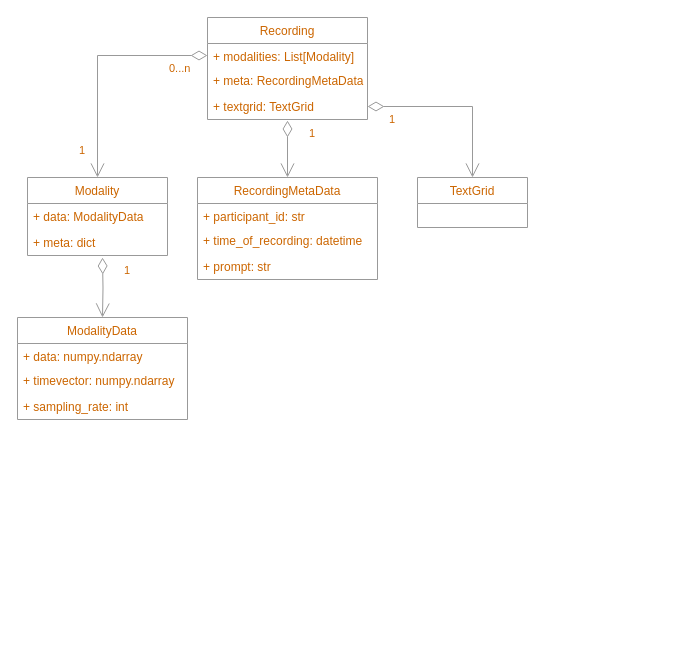
The draw.io diagram docs/core_data_structures.drawio in giuthas/satkit, before the edit. Source tidied: cells renumbered, new cells numbered last; positions are measured from the earlier drawing's top-left corner, leaving out a move shared by most shapes. Both pictures are drawn from the tidied source at 100%, with x=0, y=0 at pixel (17, 17).
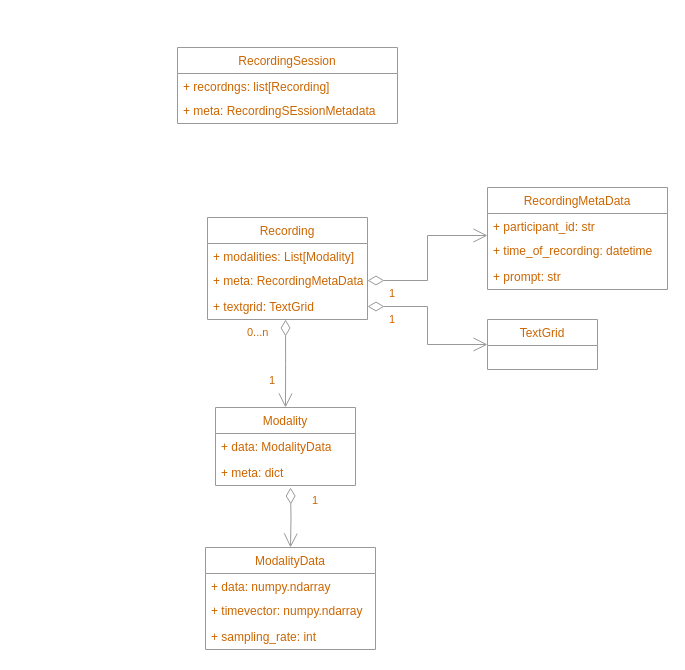
The same diagram, later.

Commit message (it also covers changes not shown here):
Updating the data structure description.

Unchanged cells that the change refers to:
```xml
<mxCell id="3" value="+ modalities: List[Modality]" style="text;strokeColor=none;fillColor=none;align=left;verticalAlign=top;spacingLeft=4;spacingRight=4;overflow=hidden;points=[[0,0.5],[1,0.5]];portConstraint=eastwest;labelBorderColor=none;fontColor=#CC6600;" parent="2" vertex="1">
  <mxGeometry y="26" width="160" height="24" as="geometry" />
</mxCell>
<mxCell id="4" value="+ meta: RecordingMetaData" style="text;strokeColor=none;fillColor=none;align=left;verticalAlign=top;spacingLeft=4;spacingRight=4;overflow=hidden;points=[[0,0.5],[1,0.5]];portConstraint=eastwest;labelBorderColor=none;fontColor=#CC6600;" parent="2" vertex="1">
  <mxGeometry y="50" width="160" height="26" as="geometry" />
</mxCell>
<mxCell id="5" value="+ textgrid: TextGrid" style="text;strokeColor=none;fillColor=none;align=left;verticalAlign=top;spacingLeft=4;spacingRight=4;overflow=hidden;points=[[0,0.5],[1,0.5]];portConstraint=eastwest;labelBorderColor=none;fontColor=#CC6600;snapToPoint=1;" parent="2" vertex="1">
  <mxGeometry y="76" width="160" height="26" as="geometry" />
</mxCell>
<mxCell id="15" value="+ time_of_recording: datetime" style="text;strokeColor=none;fillColor=none;align=left;verticalAlign=top;spacingLeft=4;spacingRight=4;overflow=hidden;points=[[0,0.5],[1,0.5]];portConstraint=eastwest;labelBorderColor=none;fontColor=#CC6600;" parent="13" vertex="1">
  <mxGeometry y="50" width="180" height="26" as="geometry" />
</mxCell>
```

Change to the diagram source:
```diff
@@
     <mxCell id="2" value="Recording" style="swimlane;fontStyle=0;horizontal=1;startSize=26;fillColor=none;labelBorderColor=none;fontColor=#CC6600;strokeColor=#999999;" parent="1" vertex="1">
-      <mxGeometry x="190" width="160" height="102" as="geometry" />
+      <mxGeometry x="190" y="200" width="160" height="102" as="geometry" />
     </mxCell>
@@
     <mxCell id="6" value="Modality" style="swimlane;fontStyle=0;horizontal=1;startSize=26;fillColor=none;labelBorderColor=none;strokeColor=#999999;fontColor=#CC6600;" parent="1" vertex="1">
-      <mxGeometry x="10" y="160" width="140" height="78" as="geometry" />
+      <mxGeometry x="198" y="390" width="140" height="78" as="geometry" />
     </mxCell>
@@
     <mxCell id="9" value="ModalityData" style="swimlane;fontStyle=0;horizontal=1;startSize=26;fillColor=none;labelBorderColor=none;strokeColor=#999999;fontColor=#CC6600;" parent="1" vertex="1">
-      <mxGeometry y="300" width="170" height="102" as="geometry" />
+      <mxGeometry x="188" y="530" width="170" height="102" as="geometry" />
     </mxCell>
@@
     <mxCell id="13" value="RecordingMetaData" style="swimlane;fontStyle=0;horizontal=1;startSize=26;fillColor=none;labelBorderColor=none;strokeColor=#999999;fontColor=#CC6600;" parent="1" vertex="1">
-      <mxGeometry x="180" y="160" width="180" height="102" as="geometry" />
+      <mxGeometry x="470" y="170" width="180" height="102" as="geometry" />
     </mxCell>
@@
     <mxCell id="17" value="TextGrid" style="swimlane;fontStyle=0;horizontal=1;startSize=26;fillColor=none;labelBorderColor=none;strokeColor=#999999;fontColor=#CC6600;" parent="1" vertex="1">
-      <mxGeometry x="400" y="160" width="110" height="50" as="geometry" />
+      <mxGeometry x="470" y="302" width="110" height="50" as="geometry" />
     </mxCell>
-    <mxCell id="18" style="endArrow=open;html=1;endSize=12;startArrow=diamondThin;startSize=14;startFill=0;edgeStyle=orthogonalEdgeStyle;rounded=0;fontColor=#CC6600;exitX=1;exitY=0.5;exitDx=0;exitDy=0;entryX=0.5;entryY=0;entryDx=0;entryDy=0;strokeColor=#999999;" parent="1" edge="1" source="5" target="17">
+    <mxCell id="18" style="endArrow=open;html=1;endSize=12;startArrow=diamondThin;startSize=14;startFill=0;edgeStyle=orthogonalEdgeStyle;rounded=0;fontColor=#CC6600;exitX=1;exitY=0.5;exitDx=0;exitDy=0;entryX=0;entryY=0.5;entryDx=0;entryDy=0;strokeColor=#999999;" parent="1" edge="1" source="5" target="17">
       <mxGeometry relative="1" as="geometry" />
     </mxCell>
@@
-    <mxCell id="20" style="endArrow=open;html=1;endSize=12;startArrow=diamondThin;startSize=14;startFill=0;edgeStyle=orthogonalEdgeStyle;rounded=0;fontColor=#CC6600;exitX=0;exitY=0.5;exitDx=0;exitDy=0;entryX=0.5;entryY=0;entryDx=0;entryDy=0;strokeColor=#999999;" parent="1" edge="1" source="3" target="6">
+    <mxCell id="20" style="endArrow=open;html=1;endSize=12;startArrow=diamondThin;startSize=14;startFill=0;edgeStyle=orthogonalEdgeStyle;rounded=0;fontColor=#CC6600;exitX=0.488;exitY=1;exitDx=0;exitDy=0;entryX=0.5;entryY=0;entryDx=0;entryDy=0;strokeColor=#999999;exitPerimeter=0;" parent="1" edge="1" source="5" target="6">
       <mxGeometry relative="1" as="geometry" />
     </mxCell>
@@
     <mxCell id="22" value="1" style="edgeLabel;html=1;align=left;verticalAlign=top;labelBorderColor=none;strokeColor=#999999;fontColor=#CC6600;fillColor=none;labelBackgroundColor=none;" parent="1" vertex="1">
-      <mxGeometry x="60" y="120" as="geometry" />
+      <mxGeometry x="250" y="350" as="geometry" />
     </mxCell>
     <mxCell id="23" style="endArrow=open;html=1;endSize=12;startArrow=diamondThin;startSize=14;startFill=0;edgeStyle=orthogonalEdgeStyle;rounded=0;fontColor=#CC6600;entryX=0.5;entryY=0;entryDx=0;entryDy=0;strokeColor=#999999;" parent="1" edge="1" target="9">
       <mxGeometry relative="1" as="geometry">
-        <mxPoint x="85" y="240" as="sourcePoint" />
+        <mxPoint x="273" y="470" as="sourcePoint" />
       </mxGeometry>
     </mxCell>
@@
-    <mxCell id="25" style="endArrow=open;html=1;endSize=12;startArrow=diamondThin;startSize=14;startFill=0;edgeStyle=orthogonalEdgeStyle;rounded=0;fontColor=#CC6600;entryX=0.5;entryY=0;entryDx=0;entryDy=0;strokeColor=#999999;exitX=0.5;exitY=1.038;exitDx=0;exitDy=0;exitPerimeter=0;" parent="1" edge="1" source="5" target="13">
+    <mxCell id="25" style="endArrow=open;html=1;endSize=12;startArrow=diamondThin;startSize=14;startFill=0;edgeStyle=orthogonalEdgeStyle;rounded=0;fontColor=#CC6600;entryX=0;entryY=-0.077;entryDx=0;entryDy=0;strokeColor=#999999;exitX=1;exitY=0.5;exitDx=0;exitDy=0;entryPerimeter=0;" parent="1" edge="1" source="4" target="15">
       <mxGeometry relative="1" as="geometry" />
     </mxCell>
@@
+    <mxCell id="27" value="RecordingSession" style="swimlane;fontStyle=0;horizontal=1;startSize=26;fillColor=none;labelBorderColor=none;fontColor=#CC6600;strokeColor=#999999;" parent="1" vertex="1">
+      <mxGeometry x="160" y="30" width="220" height="76" as="geometry" />
+    </mxCell>
+    <mxCell id="28" value="+ recordngs: list[Recording]" style="text;strokeColor=none;fillColor=none;align=left;verticalAlign=top;spacingLeft=4;spacingRight=4;overflow=hidden;labelBorderColor=none;fontColor=#CC6600;" parent="27" vertex="1">
+      <mxGeometry y="26" width="220" height="24" as="geometry" />
+    </mxCell>
+    <mxCell id="29" value="+ meta: RecordingSEssionMetadata" style="text;strokeColor=none;fillColor=none;align=left;verticalAlign=top;spacingLeft=4;spacingRight=4;overflow=hidden;labelBorderColor=none;fontColor=#CC6600;" parent="27" vertex="1">
+      <mxGeometry y="50" width="220" height="26" as="geometry" />
+    </mxCell>
```
